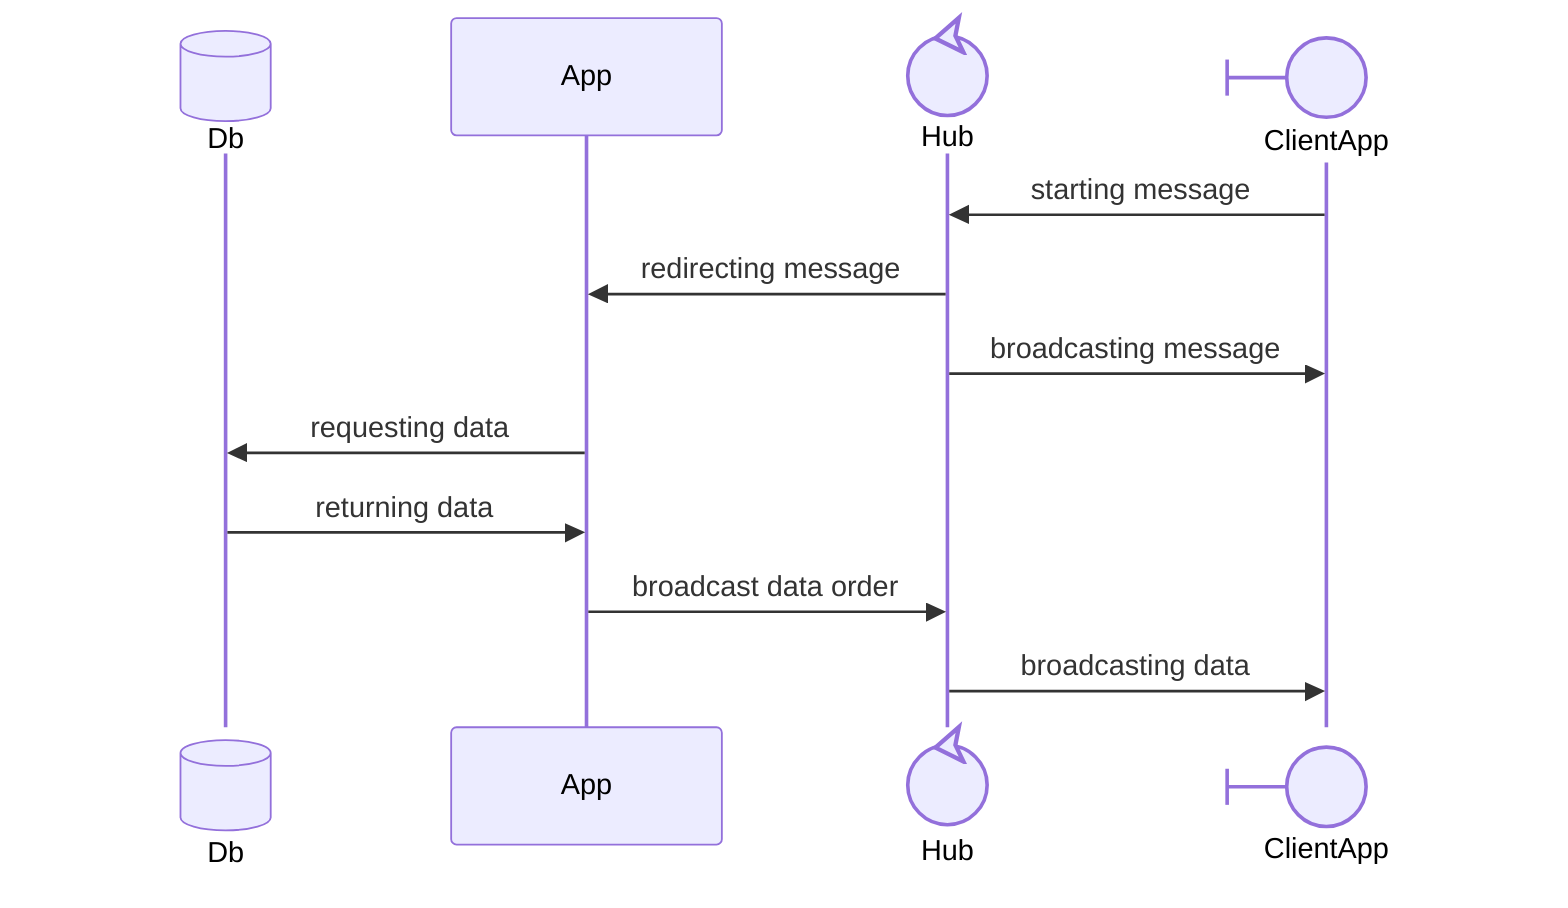
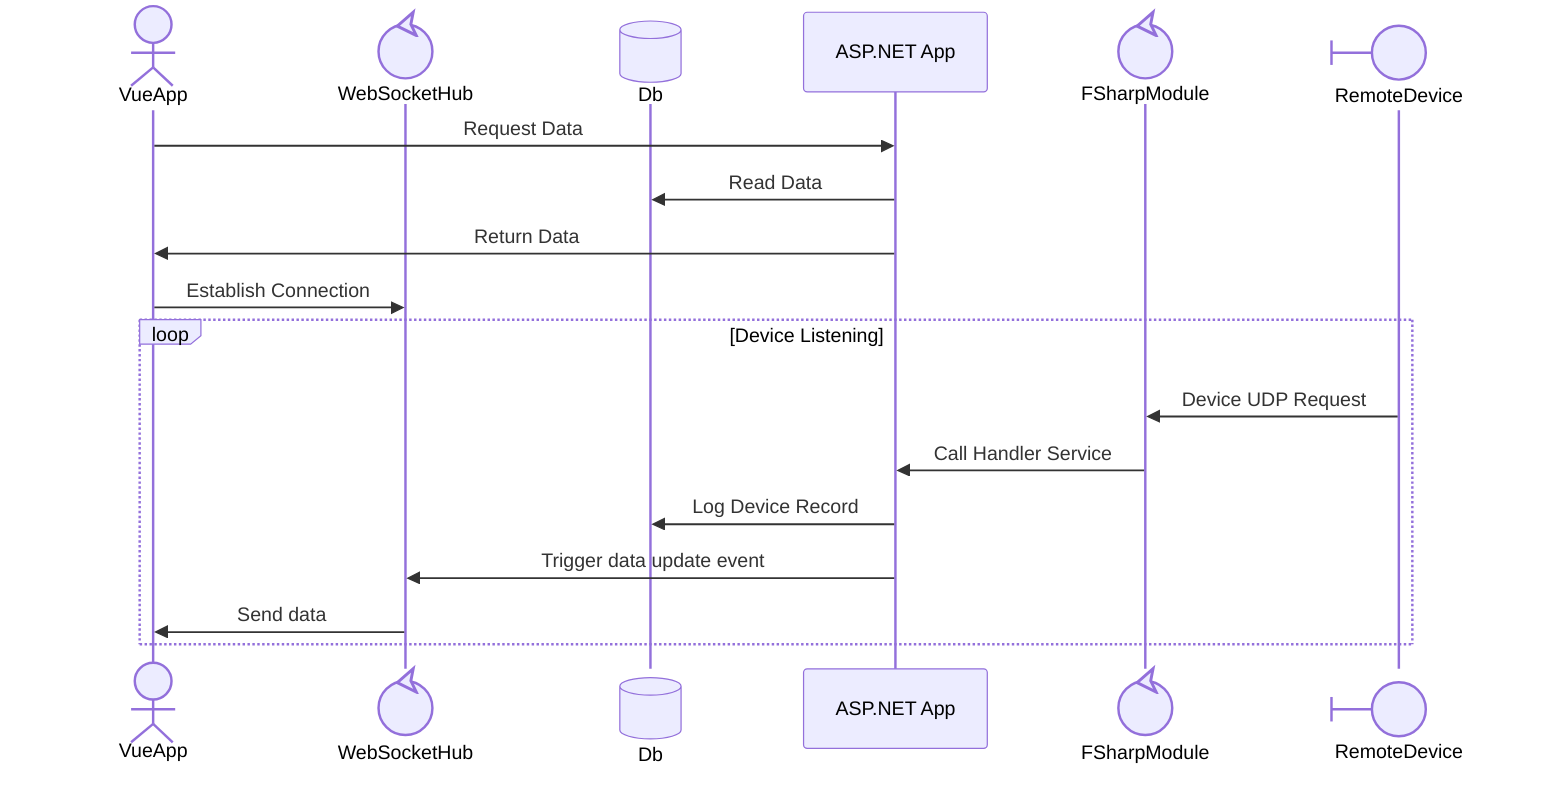
---
id: 9943abc0-0c96-4168-9990-fe4111cfb09d
---

sequenceDiagram
-     participant par2@{ "type" : "database" } as Db
-     participant par1 as App
-     participant par4@{ "type" : "control" } as Hub
-     participant par3@{ "type" : "boundary" } as ClientApp
-     par3->>par4: starting message
-     par4->>par1: redirecting message
-     par4->>par3: broadcasting message
-     par1->>par2: requesting data
-     par2->>par1: returning data
-     par1->>par4: broadcast data order
-     par4->>par3: broadcasting data
+     actor client as VueApp
+     participant ws@{ "type" : "control" } as WebSocketHub
+     participant db@{ "type" : "database" } as Db
+     participant app as ASP.NET App
+     participant fs@{ "type" : "control" } as FSharpModule
+     participant rmd@{ "type" : "boundary" } as RemoteDevice
+ 
+     client ->> app: Request Data
+     app ->> db: Read Data
+     app ->> client: Return Data
+     client ->> ws: Establish Connection
+     loop Device Listening
+         rmd ->> fs: Device UDP Request
+         fs ->> app: Call Handler Service
+         app ->> db: Log Device Record
+         app ->> ws: Trigger data update event
+         ws ->> client: Send data
+     end
+ 
+ 
+ 
